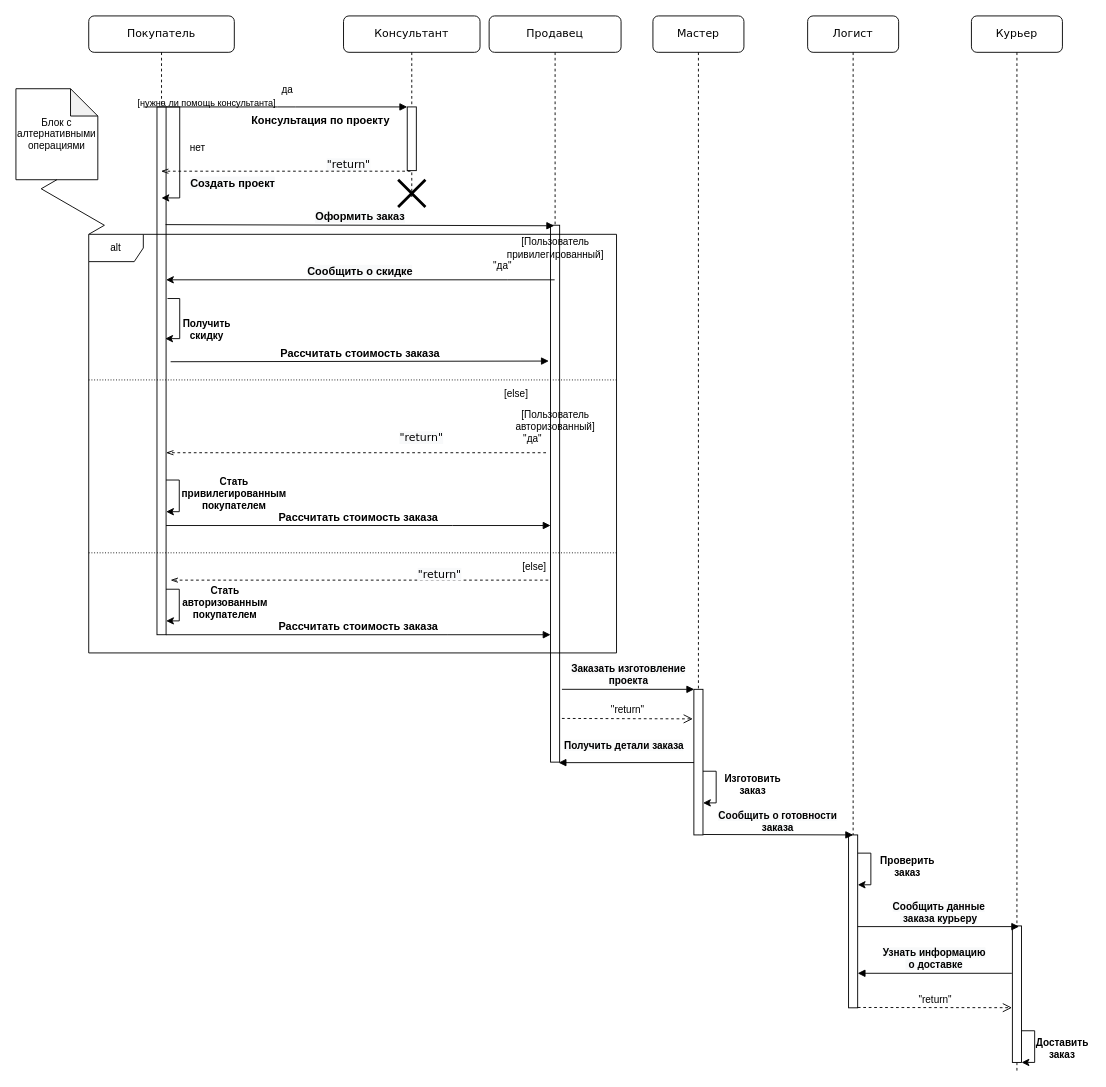
Above: Диаграмма без названия.drawio in shatanov/IT-exams (draw.io), before the change. Source tidied: cells renumbered, new cells numbered last; positions are measured from the earlier drawing's top-left corner, leaving out a move shared by most shapes. Both pictures are drawn from the tidied source at 91%, with x=0, y=0 at pixel (15, 15).
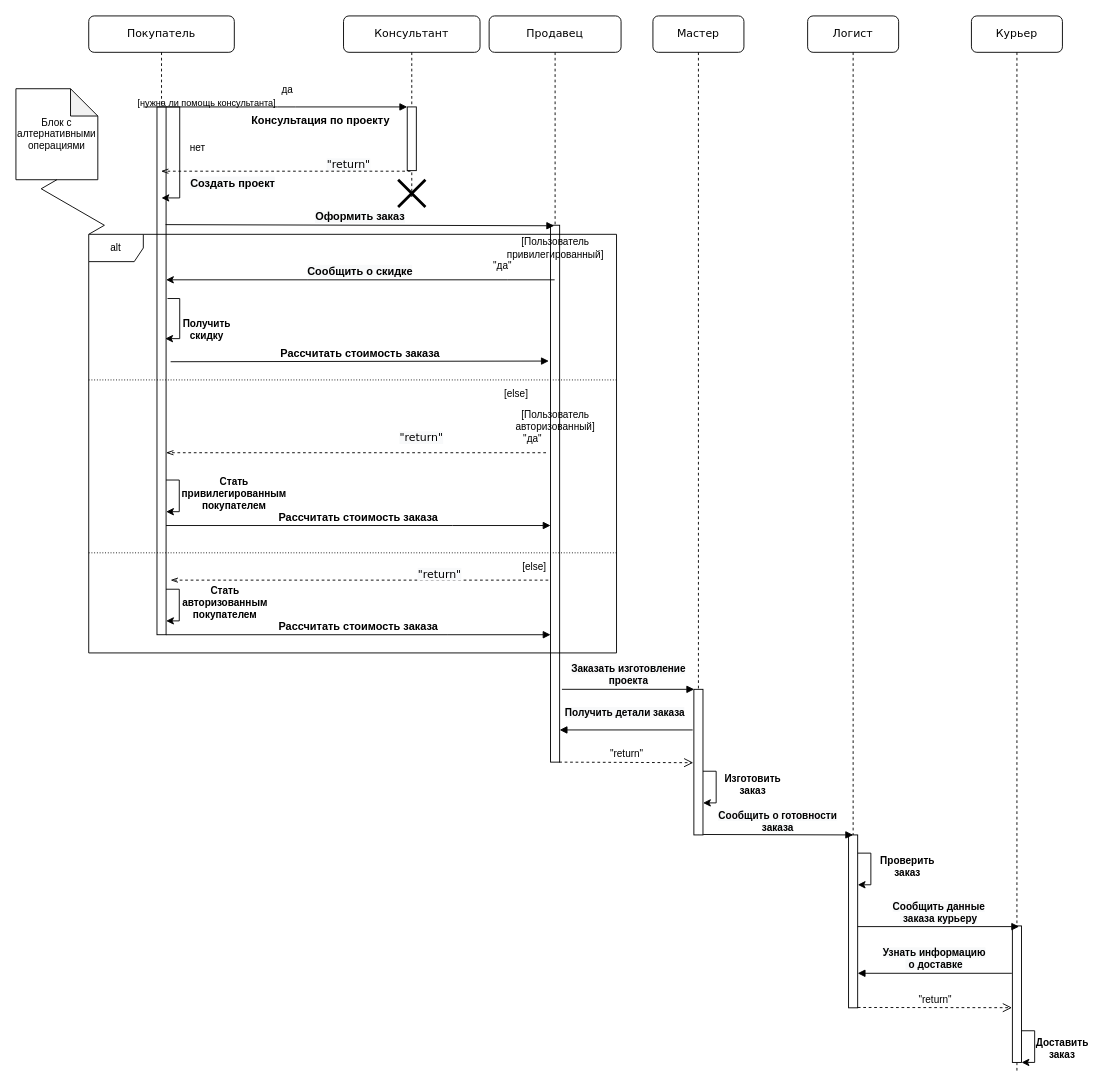
The same page after the edit.

Unchanged cells that the change refers to:
```xml
<mxCell id="8" style="html=1;points=[];perimeter=orthogonalPerimeter;rounded=0;shadow=0;comic=0;labelBackgroundColor=none;strokeWidth=1;fontFamily=Verdana;fontSize=12;align=center;" parent="7" vertex="1">
  <mxGeometry x="67.5" y="230" width="10" height="590" as="geometry" />
</mxCell>
<mxCell id="15" style="html=1;points=[];perimeter=orthogonalPerimeter;rounded=0;shadow=0;comic=0;labelBackgroundColor=none;strokeWidth=1;fontFamily=Verdana;fontSize=12;align=center;" parent="14" vertex="1">
  <mxGeometry x="45" y="740" width="10" height="160" as="geometry" />
</mxCell>
```

Change to the diagram source:
```diff
@@
-    <mxCell id="50" value="&lt;span style=&quot;background-color: rgb(248 , 249 , 250)&quot;&gt;&lt;b&gt;&lt;font style=&quot;font-size: 11px&quot;&gt;Получить детали заказа&lt;/font&gt;&lt;/b&gt;&lt;/span&gt;" style="html=1;verticalAlign=bottom;endArrow=block;rounded=0;fontSize=11;strokeWidth=1;entryX=0.886;entryY=1.001;entryDx=0;entryDy=0;entryPerimeter=0;exitX=0.007;exitY=0.503;exitDx=0;exitDy=0;exitPerimeter=0;" parent="1" edge="1" source="15" target="8">
+    <mxCell id="50" value="&lt;span style=&quot;background-color: rgb(248 , 249 , 250)&quot;&gt;&lt;b&gt;&lt;font style=&quot;font-size: 11px&quot;&gt;Получить детали заказа&lt;/font&gt;&lt;/b&gt;&lt;/span&gt;" style="html=1;verticalAlign=bottom;endArrow=block;rounded=0;fontSize=11;strokeWidth=1;exitX=-0.133;exitY=0.279;exitDx=0;exitDy=0;exitPerimeter=0;" parent="1" edge="1" source="15" target="8">
       <mxGeometry x="0.03" y="-10" relative="1" as="geometry" />
     </mxCell>
-    <mxCell id="51" value="&quot;return&quot;" style="html=1;verticalAlign=bottom;endArrow=open;dashed=1;endSize=8;rounded=0;fontSize=11;strokeWidth=1;entryX=-0.118;entryY=0.203;entryDx=0;entryDy=0;entryPerimeter=0;" parent="1" edge="1" target="15">
-      <mxGeometry relative="1" as="geometry">
-        <mxPoint x="600" y="772" as="sourcePoint" />
-      </mxGeometry>
+    <mxCell id="51" value="&quot;return&quot;" style="html=1;verticalAlign=bottom;endArrow=open;dashed=1;endSize=8;rounded=0;fontSize=11;strokeWidth=1;entryX=-0.067;entryY=0.504;entryDx=0;entryDy=0;entryPerimeter=0;exitX=0.95;exitY=1;exitDx=0;exitDy=0;exitPerimeter=0;" parent="1" edge="1" source="8" target="15">
+      <mxGeometry relative="1" as="geometry" />
     </mxCell>
```
